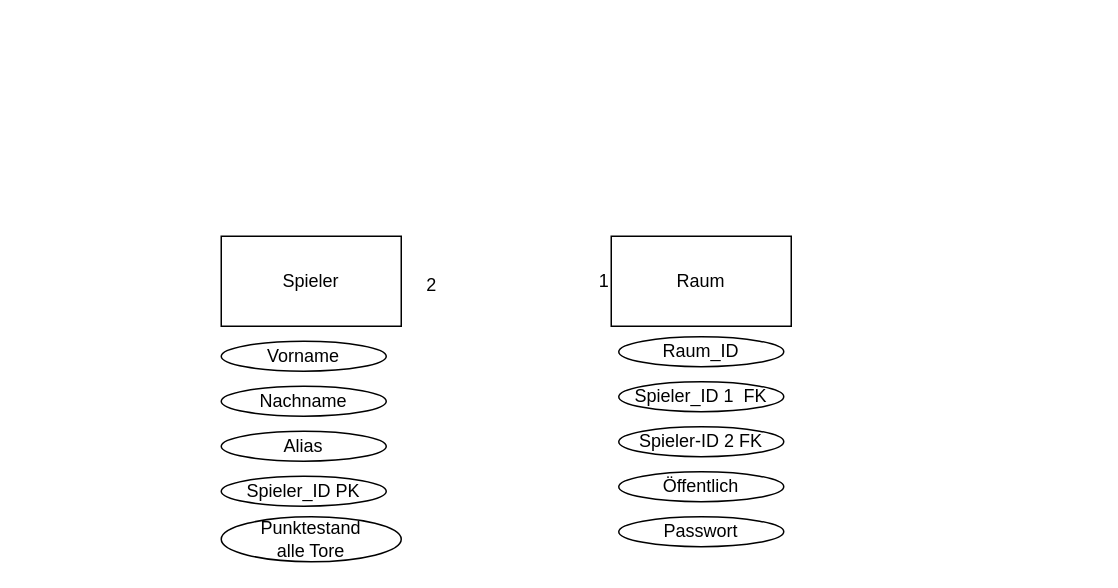
This is page "Seite-1" (1 of 2) of Doku/Abbildungen/ER-Modell.drawio from Maytastico/trash-pong, a draw.io file, before an edit. Source tidied: cells renumbered, new cells numbered last; positions are measured from the earlier drawing's top-left corner, leaving out a move shared by most shapes. Both pictures are drawn from the tidied source at 150%, with x=0, y=0 at pixel (220, 236).
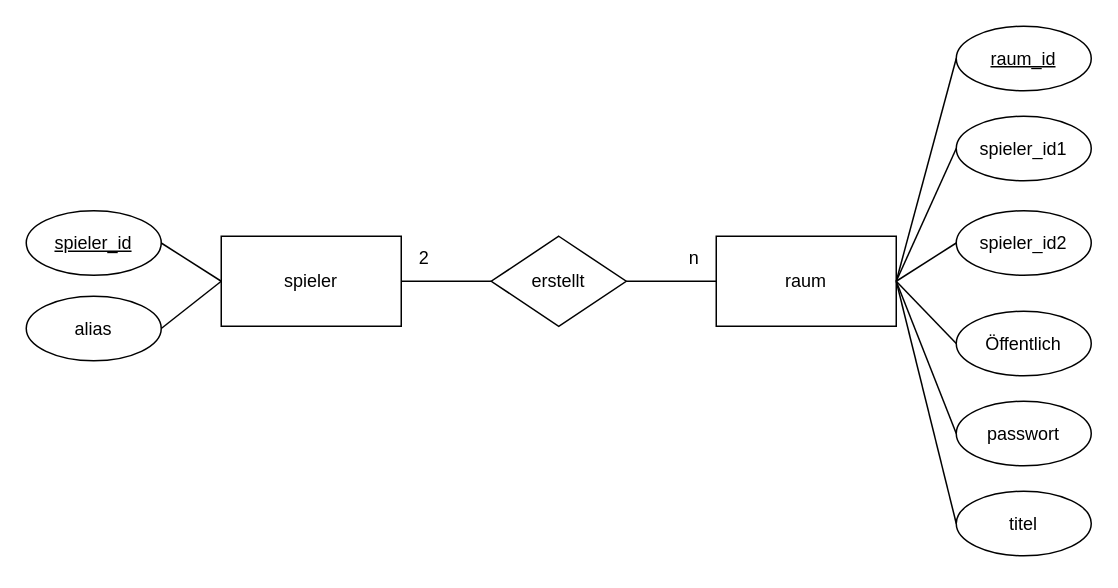
Above is the later version.

Commit message:
ER-Diagramm aktualisiert

What changed in the source:
```diff
@@
-    <mxCell id="2" value="Spieler" style="rounded=0;whiteSpace=wrap;html=1;" parent="1" vertex="1">
+    <mxCell id="2" value="spieler" style="rounded=0;whiteSpace=wrap;html=1;" parent="1" vertex="1">
       <mxGeometry width="120" height="60" as="geometry" />
     </mxCell>
-    <mxCell id="3" value="Vorname" style="ellipse;whiteSpace=wrap;html=1;" parent="1" vertex="1">
-      <mxGeometry y="70" width="110" height="20" as="geometry" />
-    </mxCell>
-    <mxCell id="4" value="Nachname" style="ellipse;whiteSpace=wrap;html=1;" parent="1" vertex="1">
-      <mxGeometry y="100" width="110" height="20" as="geometry" />
-    </mxCell>
-    <mxCell id="5" value="Alias" style="ellipse;whiteSpace=wrap;html=1;" parent="1" vertex="1">
-      <mxGeometry y="130" width="110" height="20" as="geometry" />
-    </mxCell>
-    <mxCell id="6" value="Spieler_ID PK" style="ellipse;whiteSpace=wrap;html=1;" parent="1" vertex="1">
-      <mxGeometry y="160" width="110" height="20" as="geometry" />
-    </mxCell>
-    <mxCell id="7" value="Spieler_ID 1&amp;nbsp; FK" style="ellipse;whiteSpace=wrap;html=1;" parent="1" vertex="1">
-      <mxGeometry x="265" y="97" width="110" height="20" as="geometry" />
-    </mxCell>
-    <mxCell id="8" value="Spieler-ID 2 FK" style="ellipse;whiteSpace=wrap;html=1;" parent="1" vertex="1">
-      <mxGeometry x="265" y="127" width="110" height="20" as="geometry" />
-    </mxCell>
-    <mxCell id="9" value="Punktestand&lt;div&gt;alle Tore&lt;/div&gt;" style="ellipse;whiteSpace=wrap;html=1;" parent="1" vertex="1">
-      <mxGeometry y="187" width="120" height="30" as="geometry" />
-    </mxCell>
     <mxCell id="10" value="2" style="text;html=1;align=center;verticalAlign=middle;strokeColor=none;fillColor=none;" parent="1" vertex="1">
-      <mxGeometry x="125" y="18" width="30" height="30" as="geometry" />
+      <mxGeometry x="120" width="30" height="30" as="geometry" />
     </mxCell>
-    <mxCell id="11" value="Raum" style="rounded=0;whiteSpace=wrap;html=1;" parent="1" vertex="1">
-      <mxGeometry x="260" width="120" height="60" as="geometry" />
+    <mxCell id="11" value="raum" style="rounded=0;whiteSpace=wrap;html=1;" parent="1" vertex="1">
+      <mxGeometry x="330" width="120" height="60" as="geometry" />
     </mxCell>
-    <mxCell id="12" value="1" style="text;html=1;align=center;verticalAlign=middle;strokeColor=none;fillColor=none;" parent="1" vertex="1">
-      <mxGeometry x="240" y="15" width="30" height="30" as="geometry" />
+    <mxCell id="12" value="n" style="text;html=1;align=center;verticalAlign=middle;strokeColor=none;fillColor=none;" parent="1" vertex="1">
+      <mxGeometry x="300" width="30" height="30" as="geometry" />
     </mxCell>
+    <mxCell id="16" value="&lt;u&gt;spieler_id&lt;/u&gt;" style="ellipse;whiteSpace=wrap;html=1;" parent="1" vertex="1">
+      <mxGeometry x="-130" y="-17" width="90" height="43" as="geometry" />
+    </mxCell>
+    <mxCell id="17" value="alias" style="ellipse;whiteSpace=wrap;html=1;" parent="1" vertex="1">
+      <mxGeometry x="-130" y="40" width="90" height="43" as="geometry" />
+    </mxCell>
+    <mxCell id="18" value="&lt;u&gt;raum_id&lt;/u&gt;" style="ellipse;whiteSpace=wrap;html=1;" parent="1" vertex="1">
+      <mxGeometry x="490" y="-140" width="90" height="43" as="geometry" />
+    </mxCell>
+    <mxCell id="19" value="spieler_id1" style="ellipse;whiteSpace=wrap;html=1;" parent="1" vertex="1">
+      <mxGeometry x="490" y="-80" width="90" height="43" as="geometry" />
+    </mxCell>
+    <mxCell id="20" value="spieler_id2" style="ellipse;whiteSpace=wrap;html=1;" parent="1" vertex="1">
+      <mxGeometry x="490" y="-17" width="90" height="43" as="geometry" />
+    </mxCell>
     <mxCell id="13" value="Öffentlich" style="ellipse;whiteSpace=wrap;html=1;" parent="1" vertex="1">
-      <mxGeometry x="265" y="157" width="110" height="20" as="geometry" />
+      <mxGeometry x="490" y="50" width="90" height="43" as="geometry" />
     </mxCell>
-    <mxCell id="14" value="Passwort" style="ellipse;whiteSpace=wrap;html=1;" parent="1" vertex="1">
-      <mxGeometry x="265" y="187" width="110" height="20" as="geometry" />
-    </mxCell>
-    <mxCell id="15" value="Raum_ID" style="ellipse;whiteSpace=wrap;html=1;" parent="1" vertex="1">
-      <mxGeometry x="265" y="67" width="110" height="20" as="geometry" />
-    </mxCell>
+    <mxCell id="21" value="passwort" style="ellipse;whiteSpace=wrap;html=1;" parent="1" vertex="1">
+      <mxGeometry x="490" y="110" width="90" height="43" as="geometry" />
+    </mxCell>
+    <mxCell id="22" value="titel" style="ellipse;whiteSpace=wrap;html=1;" parent="1" vertex="1">
+      <mxGeometry x="490" y="170" width="90" height="43" as="geometry" />
+    </mxCell>
+    <mxCell id="23" value="erstellt" style="rhombus;whiteSpace=wrap;html=1;" parent="1" vertex="1">
+      <mxGeometry x="180" width="90" height="60" as="geometry" />
+    </mxCell>
+    <mxCell id="24" style="endArrow=none;html=1;rounded=0;exitX=1;exitY=0.5;exitDx=0;exitDy=0;entryX=0;entryY=0.5;entryDx=0;entryDy=0;" parent="1" edge="1" source="23" target="11">
+      <mxGeometry relative="1" as="geometry" />
+    </mxCell>
+    <mxCell id="25" style="endArrow=none;html=1;rounded=0;entryX=1;entryY=0.5;entryDx=0;entryDy=0;exitX=0;exitY=0.5;exitDx=0;exitDy=0;" parent="1" edge="1" source="23" target="2">
+      <mxGeometry relative="1" as="geometry" />
+    </mxCell>
+    <mxCell id="26" style="endArrow=none;html=1;rounded=0;exitX=0;exitY=0.5;exitDx=0;exitDy=0;" parent="1" edge="1" source="22">
+      <mxGeometry relative="1" as="geometry">
+        <mxPoint x="450" y="30" as="targetPoint" />
+      </mxGeometry>
+    </mxCell>
+    <mxCell id="27" style="endArrow=none;html=1;rounded=0;exitX=0;exitY=0.5;exitDx=0;exitDy=0;" parent="1" edge="1" source="21">
+      <mxGeometry relative="1" as="geometry">
+        <mxPoint x="450" y="30" as="targetPoint" />
+      </mxGeometry>
+    </mxCell>
+    <mxCell id="28" style="endArrow=none;html=1;rounded=0;entryX=0;entryY=0.5;entryDx=0;entryDy=0;" parent="1" edge="1" target="13">
+      <mxGeometry relative="1" as="geometry">
+        <mxPoint x="450" y="30" as="sourcePoint" />
+      </mxGeometry>
+    </mxCell>
+    <mxCell id="29" style="endArrow=none;html=1;rounded=0;exitX=0;exitY=0.5;exitDx=0;exitDy=0;entryX=1;entryY=0.5;entryDx=0;entryDy=0;" parent="1" edge="1" source="20" target="11">
+      <mxGeometry relative="1" as="geometry" />
+    </mxCell>
+    <mxCell id="30" style="endArrow=none;html=1;rounded=0;exitX=1;exitY=0.5;exitDx=0;exitDy=0;entryX=0;entryY=0.5;entryDx=0;entryDy=0;" parent="1" edge="1" source="11" target="19">
+      <mxGeometry relative="1" as="geometry" />
+    </mxCell>
+    <mxCell id="31" style="endArrow=none;html=1;rounded=0;entryX=0;entryY=0.5;entryDx=0;entryDy=0;exitX=1;exitY=0.5;exitDx=0;exitDy=0;" parent="1" edge="1" source="11" target="18">
+      <mxGeometry relative="1" as="geometry" />
+    </mxCell>
+    <mxCell id="32" style="endArrow=none;html=1;rounded=0;exitX=1;exitY=0.5;exitDx=0;exitDy=0;entryX=0;entryY=0.5;entryDx=0;entryDy=0;" parent="1" edge="1" source="16" target="2">
+      <mxGeometry relative="1" as="geometry" />
+    </mxCell>
+    <mxCell id="33" style="endArrow=none;html=1;rounded=0;exitX=1;exitY=0.5;exitDx=0;exitDy=0;entryX=0;entryY=0.5;entryDx=0;entryDy=0;" parent="1" edge="1" source="17" target="2">
+      <mxGeometry relative="1" as="geometry" />
+    </mxCell>
```
